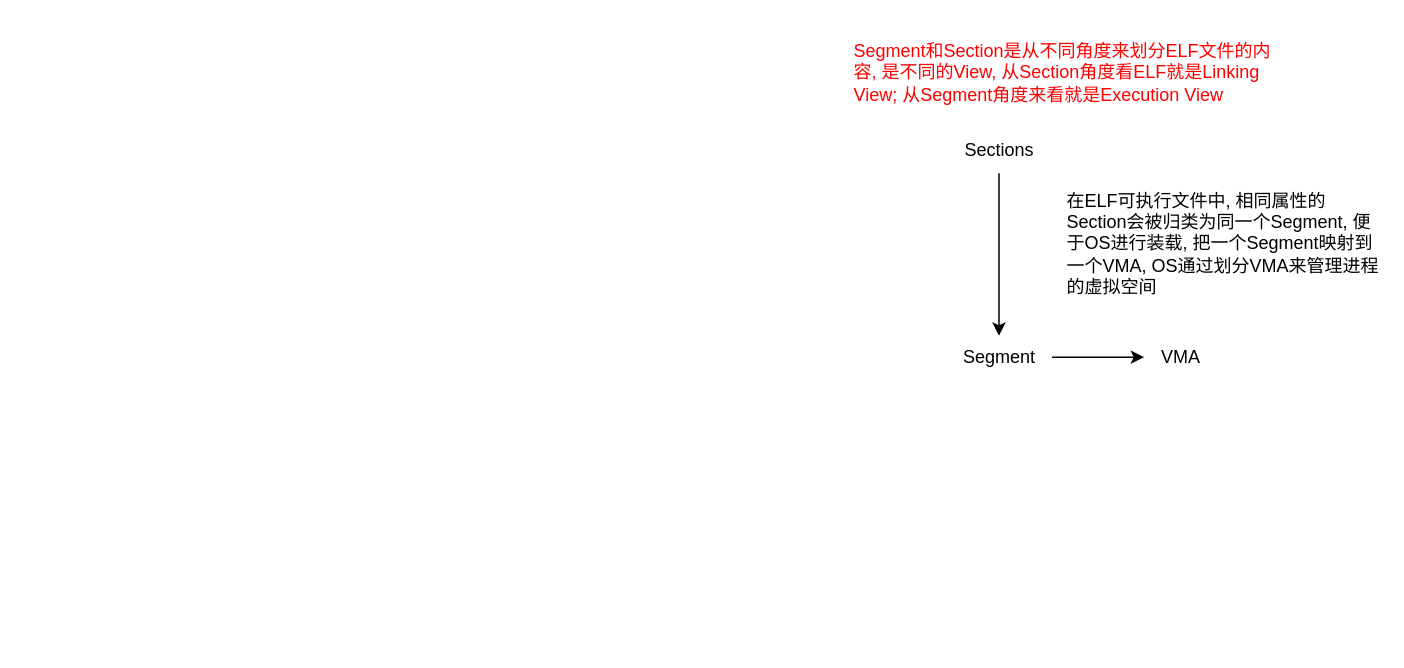
The draw.io diagram elf.drawio in haoboliu66/Diagram, before the edit. Source tidied: cells renumbered, new cells numbered last; positions are measured from the earlier drawing's top-left corner, leaving out a move shared by most shapes. Both pictures are drawn from the tidied source at 150%, with x=0, y=0 at pixel (850, 26).
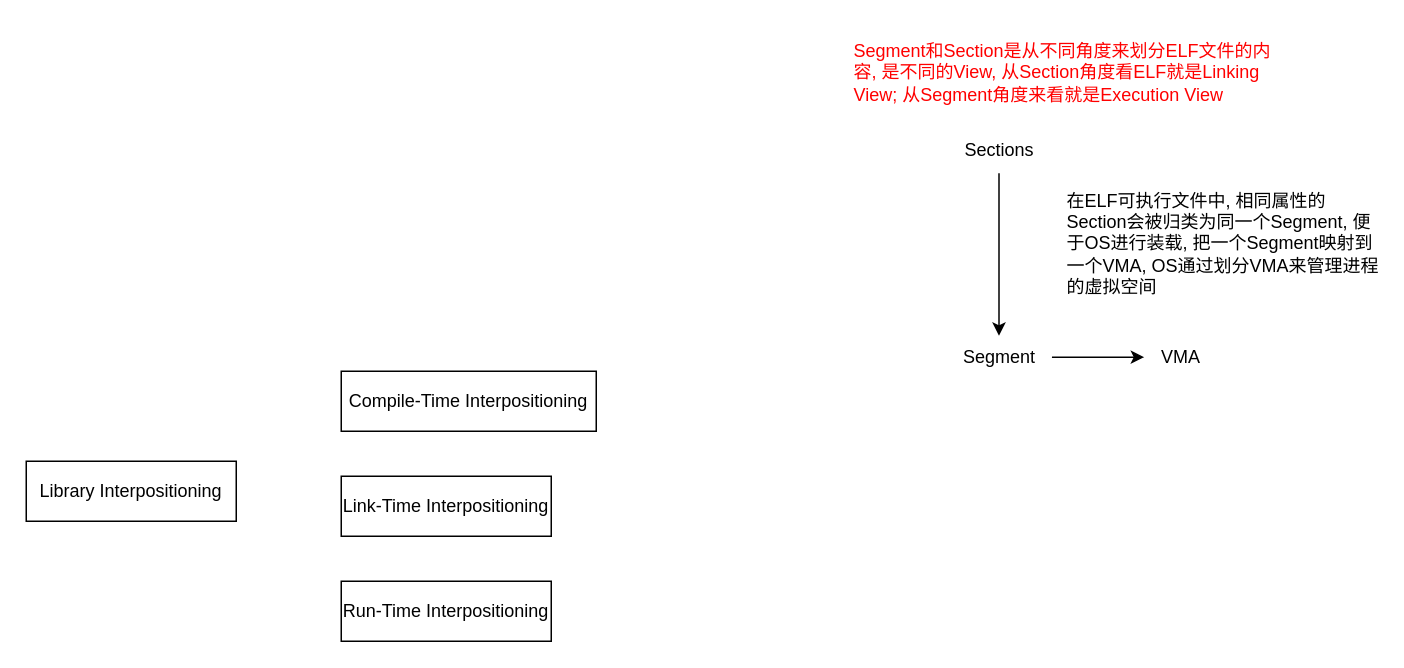
The same page after the edit.

What changed in the source:
```diff
@@
 <mxGraphModel>
   <root>
     <mxCell id="0" />
     <mxCell id="1" parent="0" />
     <mxCell id="2" style="edgeStyle=orthogonalEdgeStyle;curved=1;rounded=0;jettySize=auto;html=1;" parent="1" edge="1" source="3" target="5">
       <mxGeometry relative="1" as="geometry" />
     </mxCell>
     <mxCell id="3" value="Sections" style="text;html=1;strokeColor=none;fillColor=none;align=center;verticalAlign=middle;whiteSpace=wrap;rounded=0;" parent="1" vertex="1">
       <mxGeometry x="68.5" y="68" width="60" height="30" as="geometry" />
     </mxCell>
     <mxCell id="4" style="edgeStyle=orthogonalEdgeStyle;curved=1;rounded=0;orthogonalLoop=1;jettySize=auto;html=1;" parent="1" edge="1">
       <mxGeometry relative="1" as="geometry">
         <mxPoint x="133.8" y="220.6" as="sourcePoint" />
         <mxPoint x="195.3" y="220.6" as="targetPoint" />
       </mxGeometry>
     </mxCell>
     <mxCell id="5" value="Segment" style="text;html=1;strokeColor=none;fillColor=none;align=center;verticalAlign=middle;whiteSpace=wrap;rounded=0;" parent="1" vertex="1">
       <mxGeometry x="68.5" y="206.4" width="60" height="30" as="geometry" />
     </mxCell>
     <mxCell id="6" value="VMA" style="text;html=1;strokeColor=none;fillColor=none;align=center;verticalAlign=middle;whiteSpace=wrap;rounded=0;" parent="1" vertex="1">
       <mxGeometry x="190" y="206.4" width="60" height="30" as="geometry" />
     </mxCell>
     <mxCell id="7" value="在ELF可执行文件中, 相同属性的Section会被归类为同一个Segment, 便于OS进行装载, 把一个Segment映射到一个VMA, OS通过划分VMA来管理进程的虚拟空间" style="text;html=1;strokeColor=none;fillColor=none;align=left;verticalAlign=middle;whiteSpace=wrap;rounded=0;" parent="1" vertex="1">
       <mxGeometry x="141.5" y="116.4" width="210" height="57" as="geometry" />
     </mxCell>
     <mxCell id="8" value="&lt;font color=&quot;#ff0000&quot;&gt;Segment和Section是从不同角度来划分ELF文件的内容, 是不同的View, 从Section角度看ELF就是Linking View; 从Segment角度来看就是Execution View&lt;/font&gt;" style="text;html=1;strokeColor=none;fillColor=none;align=left;verticalAlign=middle;whiteSpace=wrap;rounded=0;" parent="1" vertex="1">
       <mxGeometry width="284" height="61" as="geometry" />
     </mxCell>
+    <mxCell id="9" value="Library Interpositioning" style="rounded=0;whiteSpace=wrap;html=1;" parent="1" vertex="1">
+      <mxGeometry x="-550" y="290" width="140" height="40" as="geometry" />
+    </mxCell>
+    <mxCell id="10" value="Compile-Time Interpositioning" style="rounded=0;whiteSpace=wrap;html=1;" parent="1" vertex="1">
+      <mxGeometry x="-340" y="230" width="170" height="40" as="geometry" />
+    </mxCell>
+    <mxCell id="11" value="Link-Time Interpositioning" style="rounded=0;whiteSpace=wrap;html=1;" parent="1" vertex="1">
+      <mxGeometry x="-340" y="300" width="140" height="40" as="geometry" />
+    </mxCell>
+    <mxCell id="12" value="Run-Time Interpositioning" style="rounded=0;whiteSpace=wrap;html=1;" parent="1" vertex="1">
+      <mxGeometry x="-340" y="370" width="140" height="40" as="geometry" />
+    </mxCell>
   </root>
 </mxGraphModel>
```
